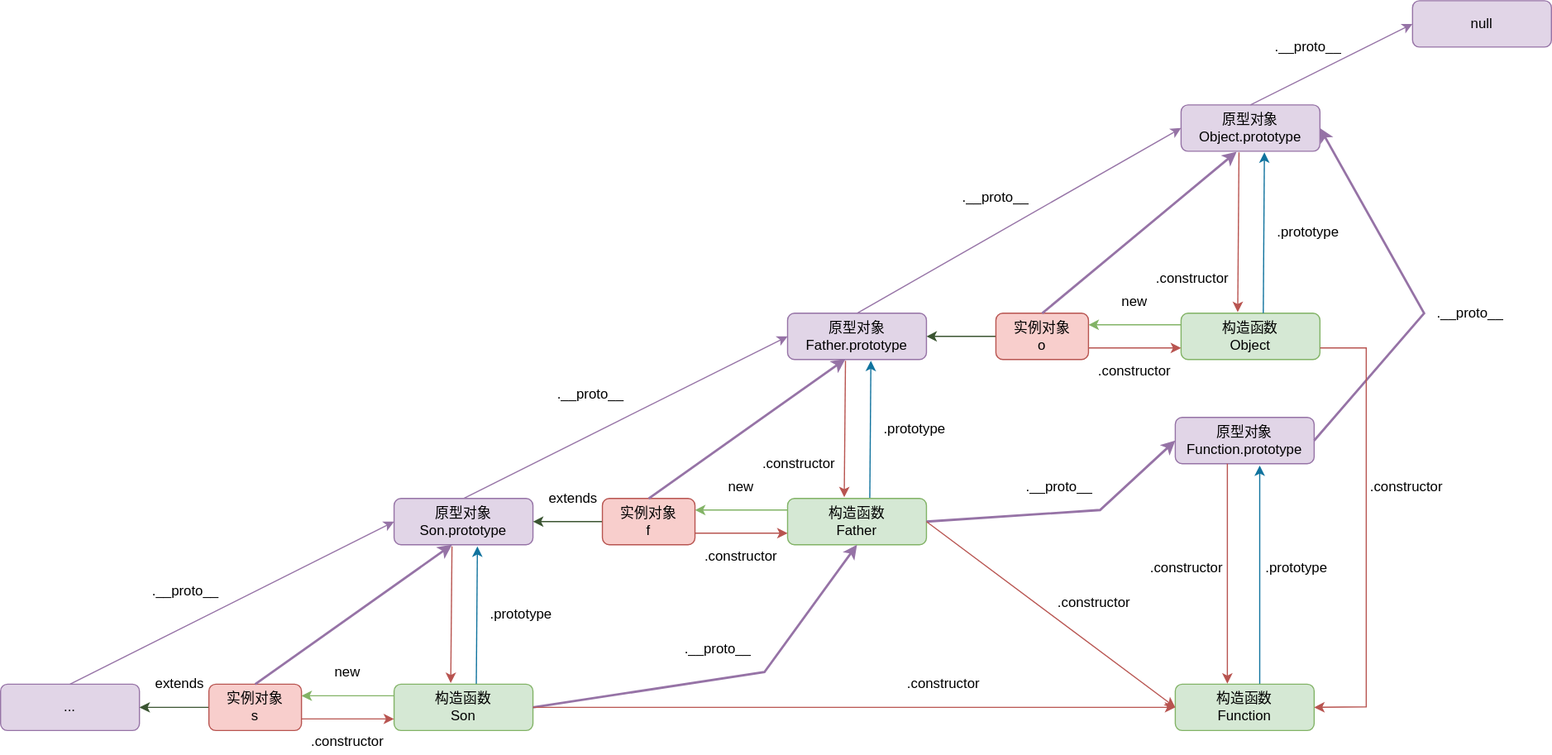
Above: images/javascript/prototype-chain-f.svg in overnote/over-javascript (draw.io), before the change. Source tidied: cells renumbered, new cells last; positions are measured from the earlier drawing's top-left corner, leaving out a move shared by most shapes.
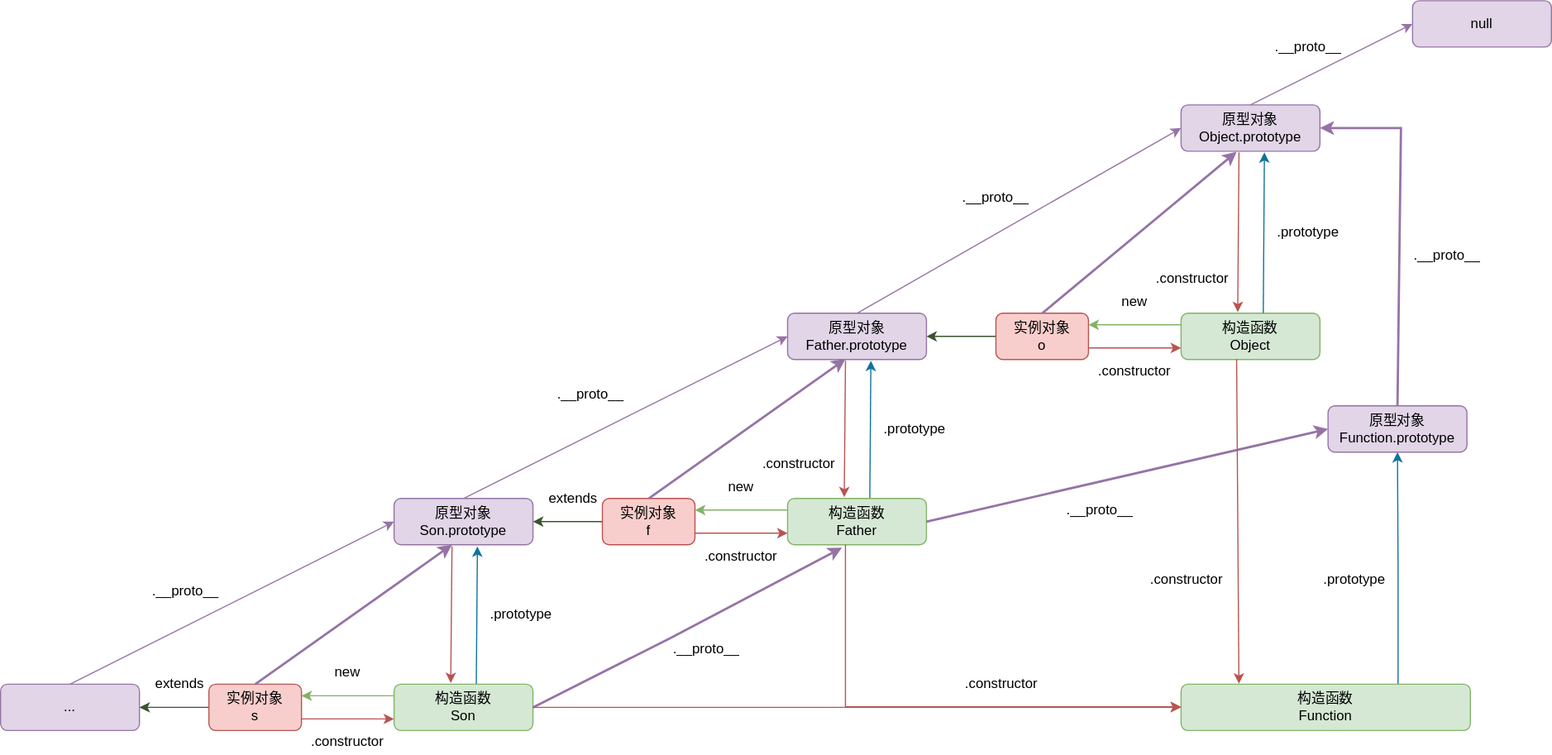
Above is the later version.

Commit message:
git add .修正原型链示意图错误

Change to the diagram source:
```diff
@@ -166,79 +166,66 @@
     <mxCell id="51" value=".__proto__" style="text;html=1;strokeColor=none;fillColor=none;align=center;verticalAlign=middle;whiteSpace=wrap;rounded=0;" parent="1" vertex="1">
       <mxGeometry x="130" y="500.5" width="60" height="20" as="geometry" />
     </mxCell>
-    <mxCell id="52" style="endArrow=classic;html=1;rounded=0;exitX=1;exitY=0.5;exitDx=0;exitDy=0;entryX=0.5;entryY=1;entryDx=0;entryDy=0;fillColor=#e1d5e7;strokeColor=#9673a6;strokeWidth=2;" parent="1" edge="1" source="41" target="25">
+    <mxCell id="52" style="endArrow=classic;html=1;rounded=0;exitX=1;exitY=0.5;exitDx=0;exitDy=0;entryX=0.392;entryY=1.063;entryDx=0;entryDy=0;fillColor=#e1d5e7;strokeColor=#9673a6;strokeWidth=2;entryPerimeter=0;" parent="1" edge="1" source="41" target="25">
       <mxGeometry relative="1" as="geometry">
         <Array as="points">
-          <mxPoint x="660" y="580" />
+          <mxPoint x="580" y="550" />
         </Array>
       </mxGeometry>
     </mxCell>
     <mxCell id="53" value=".__proto__" style="text;html=1;strokeColor=none;fillColor=none;align=center;verticalAlign=middle;whiteSpace=wrap;rounded=0;" parent="1" vertex="1">
-      <mxGeometry x="590" y="550.5" width="60" height="20" as="geometry" />
+      <mxGeometry x="580" y="550.5" width="60" height="20" as="geometry" />
     </mxCell>
-    <mxCell id="54" style="edgeStyle=orthogonalEdgeStyle;rounded=0;jettySize=auto;html=1;entryX=0.608;entryY=1.038;entryDx=0;entryDy=0;fillColor=#b1ddf0;strokeColor=#10739e;entryPerimeter=0;exitX=0.608;exitY=0;exitDx=0;exitDy=0;exitPerimeter=0;" parent="1" edge="1" source="55" target="56">
+    <mxCell id="54" style="edgeStyle=orthogonalEdgeStyle;rounded=0;jettySize=auto;html=1;entryX=0.5;entryY=1;entryDx=0;entryDy=0;fillColor=#b1ddf0;strokeColor=#10739e;exitX=0.75;exitY=0;exitDx=0;exitDy=0;" parent="1" edge="1" source="55" target="56">
       <mxGeometry relative="1" as="geometry" />
     </mxCell>
     <mxCell id="55" value="构造函数&lt;br&gt;Function" style="rounded=1;whiteSpace=wrap;html=1;fillColor=#d5e8d4;strokeColor=#82b366;" parent="1" vertex="1">
-      <mxGeometry x="1015" y="590.5" width="120" height="40" as="geometry" />
+      <mxGeometry x="1020" y="590.5" width="250" height="40" as="geometry" />
     </mxCell>
     <mxCell id="56" value="原型对象&lt;br&gt;Function.prototype" style="rounded=1;whiteSpace=wrap;html=1;fillColor=#e1d5e7;strokeColor=#9673a6;" parent="1" vertex="1">
-      <mxGeometry x="1015" y="360" width="120" height="40" as="geometry" />
+      <mxGeometry x="1147" y="350" width="120" height="40" as="geometry" />
     </mxCell>
     <mxCell id="57" style="endArrow=classic;html=1;rounded=0;exitX=1;exitY=0.5;exitDx=0;exitDy=0;entryX=0;entryY=0.5;entryDx=0;entryDy=0;fillColor=#e1d5e7;strokeColor=#9673a6;strokeWidth=2;" parent="1" edge="1" source="25" target="56">
-      <mxGeometry relative="1" as="geometry">
-        <Array as="points">
-          <mxPoint x="950" y="440" />
-        </Array>
-      </mxGeometry>
+      <mxGeometry relative="1" as="geometry" />
     </mxCell>
     <mxCell id="58" value=".__proto__" style="text;html=1;strokeColor=none;fillColor=none;align=center;verticalAlign=middle;whiteSpace=wrap;rounded=0;" parent="1" vertex="1">
-      <mxGeometry x="885" y="410" width="60" height="20" as="geometry" />
+      <mxGeometry x="920" y="430" width="60" height="20" as="geometry" />
     </mxCell>
-    <mxCell id="59" style="endArrow=classic;html=1;rounded=0;fillColor=#f8cecc;strokeColor=#b85450;" parent="1" edge="1">
+    <mxCell id="59" style="endArrow=classic;html=1;rounded=0;fillColor=#f8cecc;strokeColor=#b85450;exitX=0.4;exitY=0.988;exitDx=0;exitDy=0;exitPerimeter=0;" parent="1" edge="1" source="11">
       <mxGeometry relative="1" as="geometry">
-        <mxPoint x="1060" y="400" as="sourcePoint" />
-        <mxPoint x="1060" y="590" as="targetPoint" />
+        <mxPoint x="1070" y="590" as="targetPoint" />
       </mxGeometry>
     </mxCell>
     <mxCell id="60" style="endArrow=classic;html=1;rounded=0;exitX=1;exitY=0.5;exitDx=0;exitDy=0;entryX=0;entryY=0.5;entryDx=0;entryDy=0;fillColor=#f8cecc;strokeColor=#b85450;" parent="1" edge="1" source="41" target="55">
       <mxGeometry relative="1" as="geometry" />
     </mxCell>
     <mxCell id="61" value=".constructor" style="text;html=1;strokeColor=none;fillColor=none;align=center;verticalAlign=middle;whiteSpace=wrap;rounded=0;" parent="1" vertex="1">
-      <mxGeometry x="780" y="580.5" width="70" height="20" as="geometry" />
+      <mxGeometry x="830" y="580.5" width="70" height="20" as="geometry" />
     </mxCell>
-    <mxCell id="62" style="endArrow=classic;html=1;rounded=0;exitX=1;exitY=0.5;exitDx=0;exitDy=0;fillColor=#f8cecc;strokeColor=#b85450;entryX=0;entryY=0.5;entryDx=0;entryDy=0;" parent="1" edge="1" source="25" target="55">
-      <mxGeometry relative="1" as="geometry" />
+    <mxCell id="62" style="endArrow=classic;html=1;rounded=0;fillColor=#f8cecc;strokeColor=#b85450;" parent="1" edge="1">
+      <mxGeometry relative="1" as="geometry">
+        <mxPoint x="730" y="470" as="sourcePoint" />
+        <mxPoint x="1020" y="610" as="targetPoint" />
+        <Array as="points">
+          <mxPoint x="730" y="610" />
+        </Array>
+      </mxGeometry>
     </mxCell>
-    <mxCell id="63" value=".constructor" style="text;html=1;strokeColor=none;fillColor=none;align=center;verticalAlign=middle;whiteSpace=wrap;rounded=0;" parent="1" vertex="1">
-      <mxGeometry x="910" y="510" width="70" height="20" as="geometry" />
-    </mxCell>
     <mxCell id="64" value=".prototype" style="text;html=1;strokeColor=none;fillColor=none;align=center;verticalAlign=middle;whiteSpace=wrap;rounded=0;" parent="1" vertex="1">
-      <mxGeometry x="1090" y="480.5" width="60" height="20" as="geometry" />
+      <mxGeometry x="1140" y="490" width="60" height="20" as="geometry" />
     </mxCell>
     <mxCell id="65" value=".constructor" style="text;html=1;strokeColor=none;fillColor=none;align=center;verticalAlign=middle;whiteSpace=wrap;rounded=0;" parent="1" vertex="1">
-      <mxGeometry x="990" y="480.5" width="70" height="20" as="geometry" />
+      <mxGeometry x="990" y="490" width="70" height="20" as="geometry" />
     </mxCell>
-    <mxCell id="66" style="endArrow=classic;html=1;rounded=0;exitX=1;exitY=0.5;exitDx=0;exitDy=0;entryX=1;entryY=0.5;entryDx=0;entryDy=0;fillColor=#e1d5e7;strokeColor=#9673a6;strokeWidth=2;" parent="1" edge="1" source="56" target="12">
+    <mxCell id="66" style="endArrow=classic;html=1;rounded=0;entryX=1;entryY=0.5;entryDx=0;entryDy=0;fillColor=#e1d5e7;strokeColor=#9673a6;strokeWidth=2;exitX=0.5;exitY=0;exitDx=0;exitDy=0;" parent="1" edge="1" source="56" target="12">
       <mxGeometry relative="1" as="geometry">
         <Array as="points">
-          <mxPoint x="1230" y="270" />
+          <mxPoint x="1210" y="110" />
         </Array>
       </mxGeometry>
     </mxCell>
     <mxCell id="67" value=".__proto__" style="text;html=1;strokeColor=none;fillColor=none;align=center;verticalAlign=middle;whiteSpace=wrap;rounded=0;" parent="1" vertex="1">
-      <mxGeometry x="1240" y="260" width="60" height="20" as="geometry" />
+      <mxGeometry x="1220" y="210" width="60" height="20" as="geometry" />
     </mxCell>
-    <mxCell id="68" style="endArrow=classic;html=1;rounded=0;exitX=1;exitY=0.75;exitDx=0;exitDy=0;fillColor=#f8cecc;strokeColor=#b85450;entryX=1;entryY=0.5;entryDx=0;entryDy=0;" parent="1" edge="1" source="11" target="55">
-      <mxGeometry relative="1" as="geometry">
-        <Array as="points">
-          <mxPoint x="1180" y="300" />
-          <mxPoint x="1180" y="610" />
-        </Array>
-      </mxGeometry>
-    </mxCell>
-    <mxCell id="69" value=".constructor" style="text;html=1;strokeColor=none;fillColor=none;align=center;verticalAlign=middle;whiteSpace=wrap;rounded=0;" parent="1" vertex="1">
-      <mxGeometry x="1180" y="410" width="70" height="20" as="geometry" />
-    </mxCell>
   </root>
 </mxGraphModel>
```
